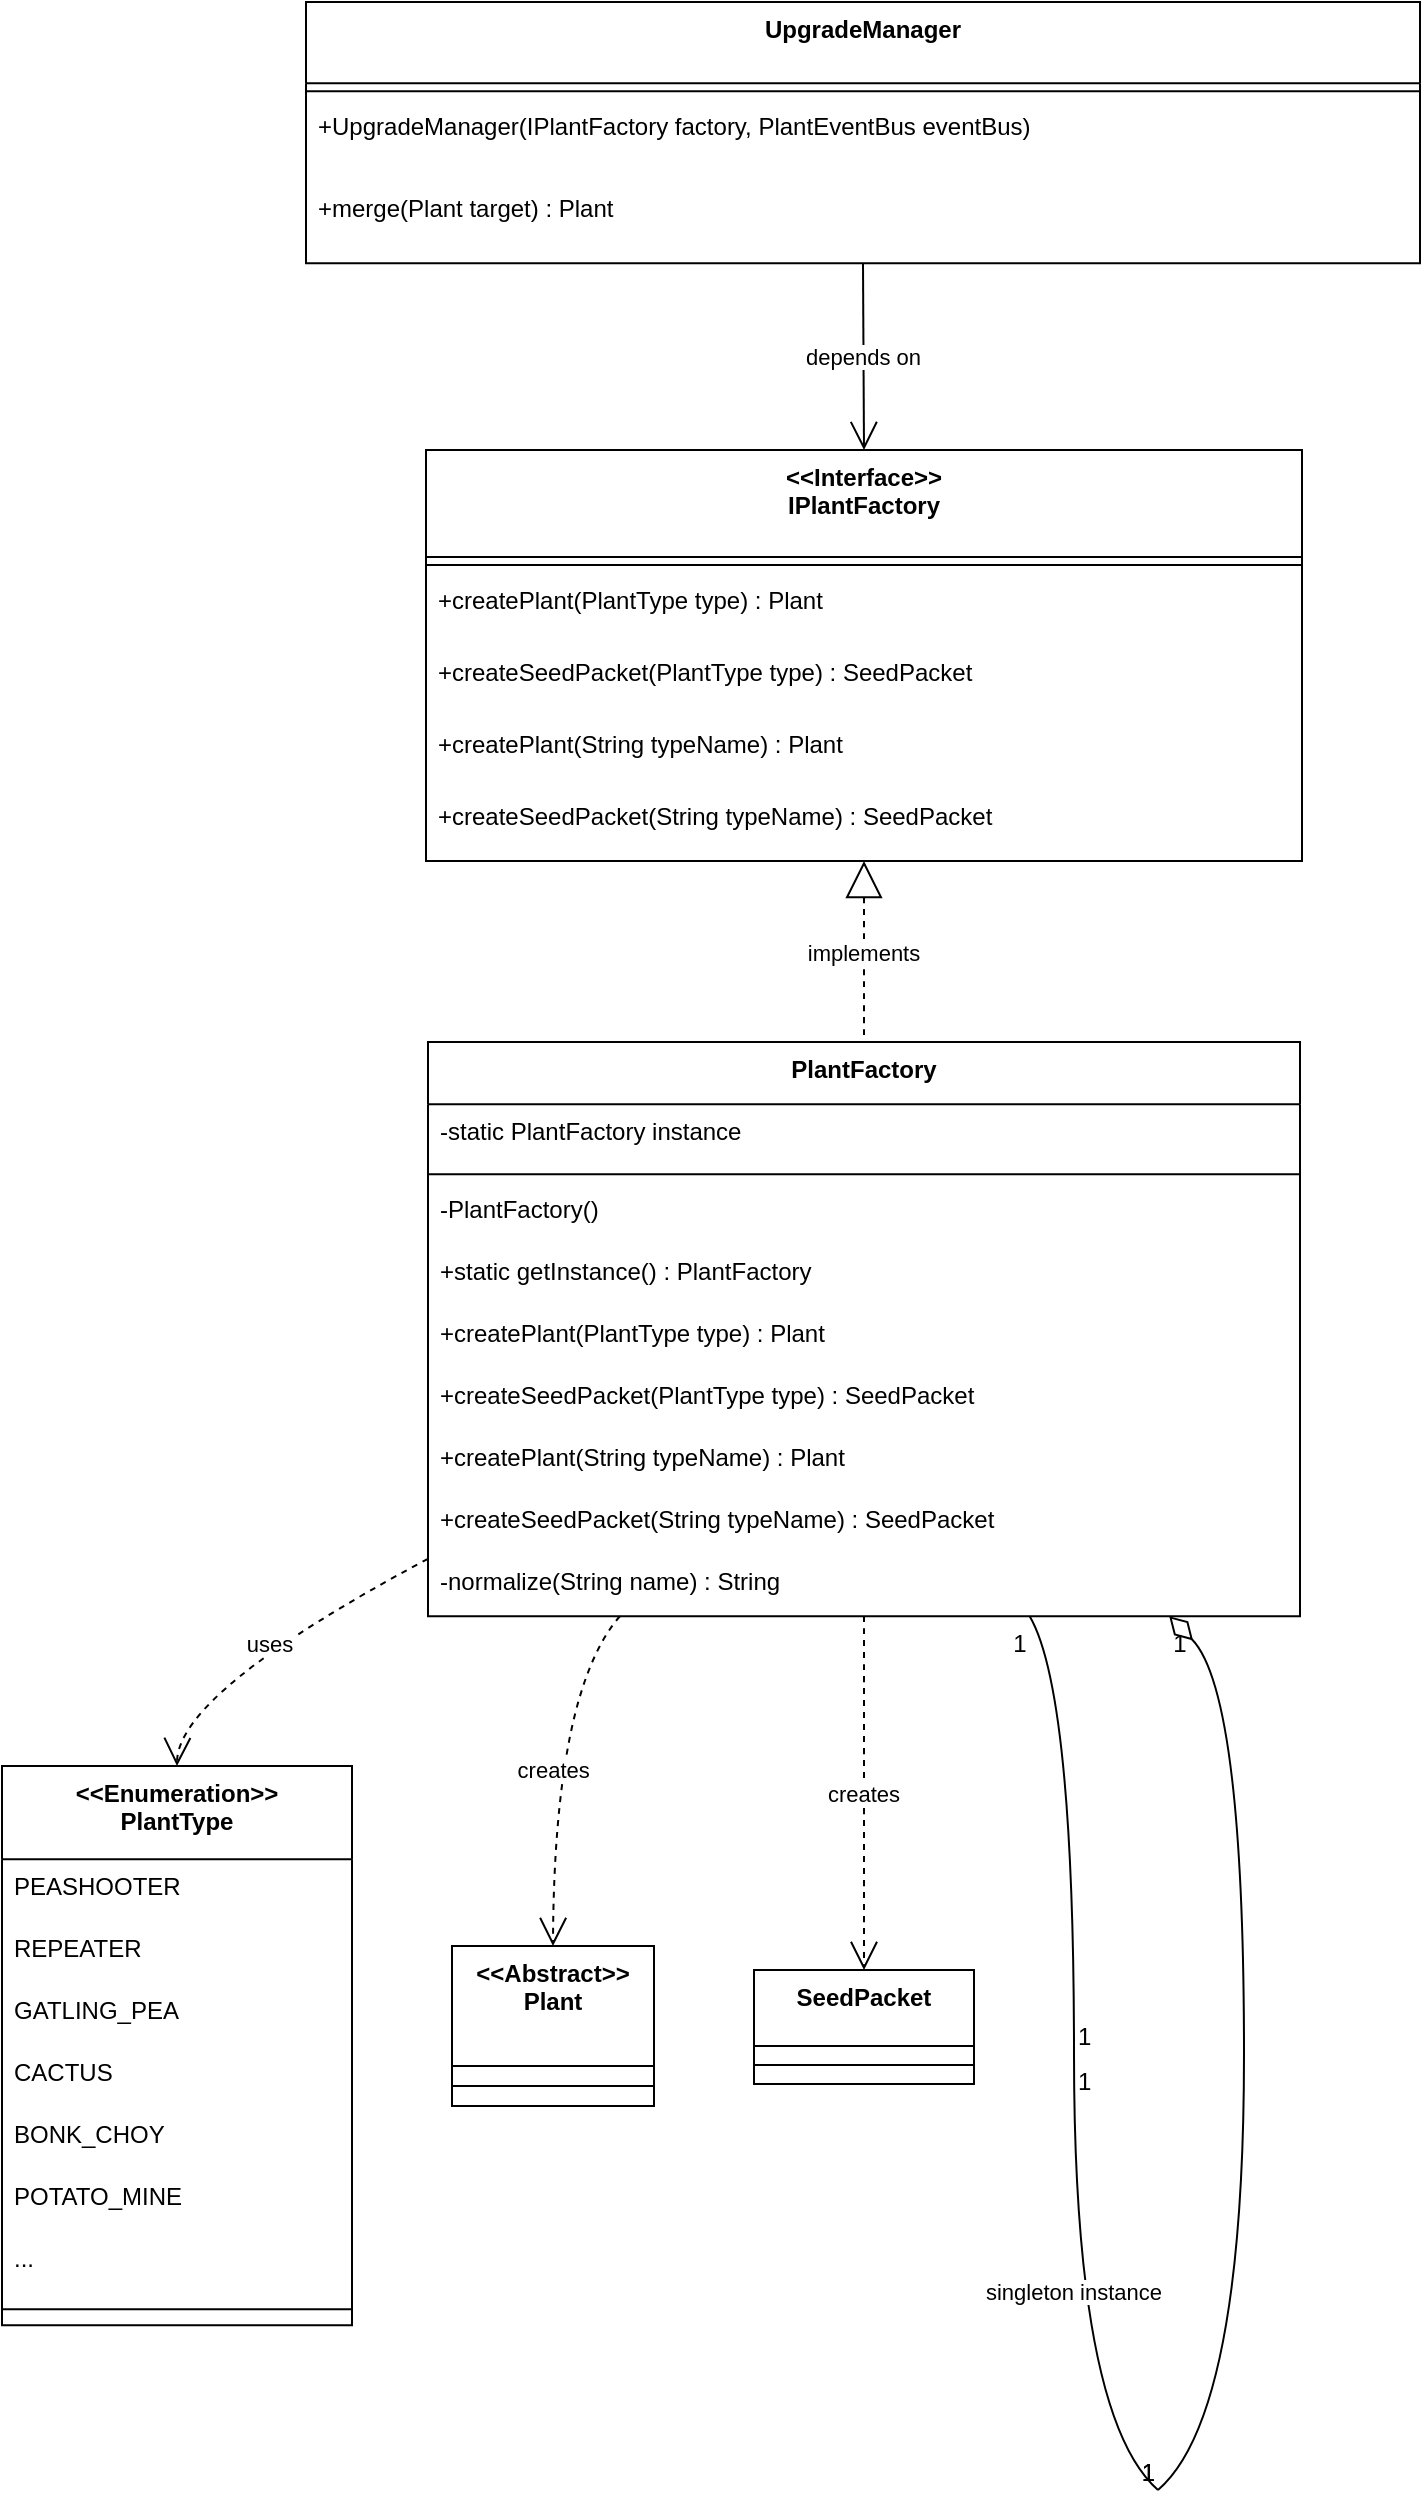
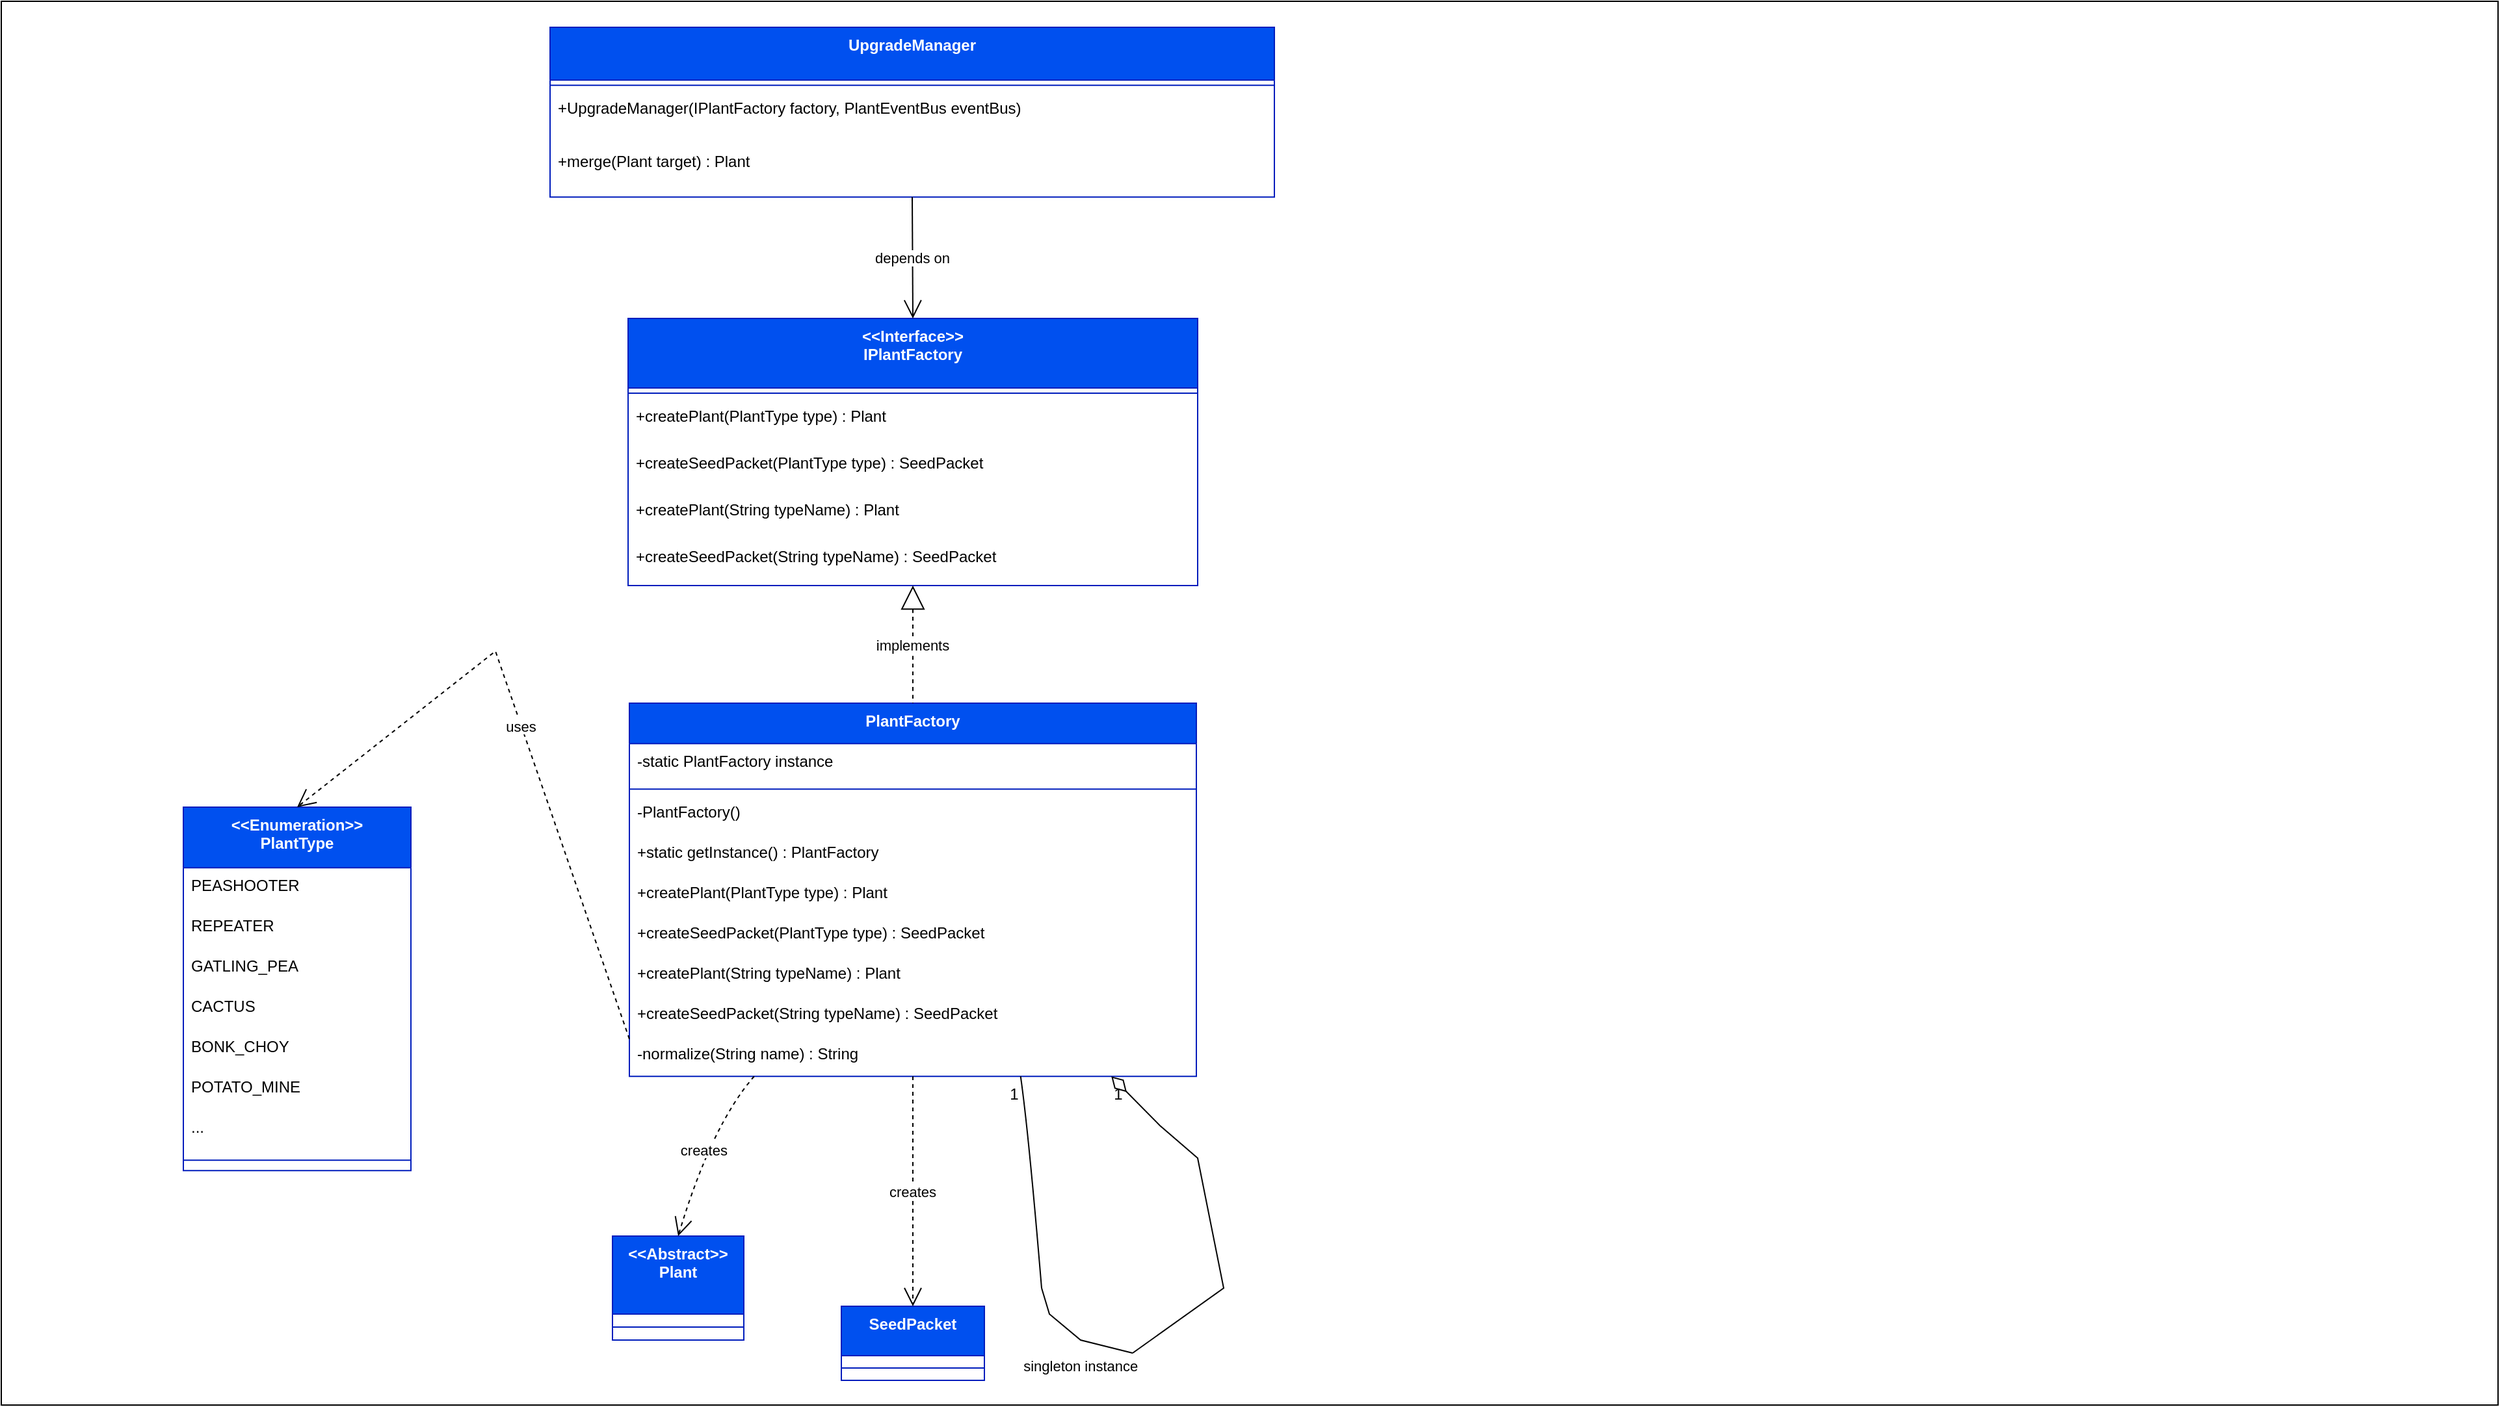
<mxfile host="Electron" agent="Mozilla/5.0 (Windows NT 10.0; Win64; x64) AppleWebKit/537.36 (KHTML, like Gecko) draw.io/29.0.3 Chrome/140.0.7339.249 Electron/38.7.0 Safari/537.36" version="29.0.3">
  <diagram name="Page-1" id="QdD6okcyVvDK0g7KV-WG">
-     <mxGraphModel dx="1489" dy="894" grid="1" gridSize="10" guides="1" tooltips="1" connect="1" arrows="1" fold="1" page="1" pageScale="1" pageWidth="4681" pageHeight="3300" math="0" shadow="0">
+     <mxGraphModel dx="2977" dy="1789" grid="1" gridSize="10" guides="1" tooltips="1" connect="1" arrows="1" fold="1" page="1" pageScale="1" pageWidth="1920" pageHeight="1080" math="0" shadow="0">
      <root>
        <mxCell id="0" />
        <mxCell id="1" parent="0" />
-         <mxCell id="7zSDGvP8X8VHqanYGGVI-2" value="&lt;&lt;Interface&gt;&gt;&#xa;IPlantFactory" style="swimlane;fontStyle=1;align=center;verticalAlign=top;childLayout=stackLayout;horizontal=1;startSize=53.5;horizontalStack=0;resizeParent=1;resizeParentMax=0;resizeLast=0;collapsible=0;marginBottom=0;" vertex="1" parent="1">
-           <mxGeometry x="622" y="414" width="438" height="205.5" as="geometry" />
+         <mxCell id="nGWCyTgYbevATLFFKUhh-2" value="" style="rounded=0;whiteSpace=wrap;html=1;" vertex="1" parent="1">
+           <mxGeometry width="1920" height="1080" as="geometry" />
        </mxCell>
-         <mxCell id="7zSDGvP8X8VHqanYGGVI-3" style="line;strokeWidth=1;fillColor=none;align=left;verticalAlign=middle;spacingTop=-1;spacingLeft=3;spacingRight=3;rotatable=0;labelPosition=right;points=[];portConstraint=eastwest;strokeColor=inherit;" vertex="1" parent="7zSDGvP8X8VHqanYGGVI-2">
+         <mxCell id="7zSDGvP8X8VHqanYGGVI-2" value="&lt;&lt;Interface&gt;&gt;&#xa;IPlantFactory" style="swimlane;fontStyle=1;align=center;verticalAlign=top;childLayout=stackLayout;horizontal=1;startSize=53.5;horizontalStack=0;resizeParent=1;resizeParentMax=0;resizeLast=0;collapsible=0;marginBottom=0;fillColor=#0050ef;fontColor=#ffffff;strokeColor=#001DBC;" parent="1" vertex="1">
+           <mxGeometry x="482" y="244" width="438" height="205.5" as="geometry" />
+         </mxCell>
+         <mxCell id="7zSDGvP8X8VHqanYGGVI-3" style="line;strokeWidth=1;fillColor=none;align=left;verticalAlign=middle;spacingTop=-1;spacingLeft=3;spacingRight=3;rotatable=0;labelPosition=right;points=[];portConstraint=eastwest;strokeColor=inherit;" parent="7zSDGvP8X8VHqanYGGVI-2" vertex="1">
          <mxGeometry y="53.5" width="438" height="8" as="geometry" />
        </mxCell>
-         <mxCell id="7zSDGvP8X8VHqanYGGVI-4" value="+createPlant(PlantType type) : Plant" style="text;strokeColor=none;fillColor=none;align=left;verticalAlign=top;spacingLeft=4;spacingRight=4;overflow=hidden;rotatable=0;points=[[0,0.5],[1,0.5]];portConstraint=eastwest;" vertex="1" parent="7zSDGvP8X8VHqanYGGVI-2">
+         <mxCell id="7zSDGvP8X8VHqanYGGVI-4" value="+createPlant(PlantType type) : Plant" style="text;strokeColor=none;fillColor=none;align=left;verticalAlign=top;spacingLeft=4;spacingRight=4;overflow=hidden;rotatable=0;points=[[0,0.5],[1,0.5]];portConstraint=eastwest;" parent="7zSDGvP8X8VHqanYGGVI-2" vertex="1">
          <mxGeometry y="61.5" width="438" height="36" as="geometry" />
        </mxCell>
-         <mxCell id="7zSDGvP8X8VHqanYGGVI-5" value="+createSeedPacket(PlantType type) : SeedPacket" style="text;strokeColor=none;fillColor=none;align=left;verticalAlign=top;spacingLeft=4;spacingRight=4;overflow=hidden;rotatable=0;points=[[0,0.5],[1,0.5]];portConstraint=eastwest;" vertex="1" parent="7zSDGvP8X8VHqanYGGVI-2">
+         <mxCell id="7zSDGvP8X8VHqanYGGVI-5" value="+createSeedPacket(PlantType type) : SeedPacket" style="text;strokeColor=none;fillColor=none;align=left;verticalAlign=top;spacingLeft=4;spacingRight=4;overflow=hidden;rotatable=0;points=[[0,0.5],[1,0.5]];portConstraint=eastwest;" parent="7zSDGvP8X8VHqanYGGVI-2" vertex="1">
          <mxGeometry y="97.5" width="438" height="36" as="geometry" />
        </mxCell>
-         <mxCell id="7zSDGvP8X8VHqanYGGVI-6" value="+createPlant(String typeName) : Plant" style="text;strokeColor=none;fillColor=none;align=left;verticalAlign=top;spacingLeft=4;spacingRight=4;overflow=hidden;rotatable=0;points=[[0,0.5],[1,0.5]];portConstraint=eastwest;" vertex="1" parent="7zSDGvP8X8VHqanYGGVI-2">
+         <mxCell id="7zSDGvP8X8VHqanYGGVI-6" value="+createPlant(String typeName) : Plant" style="text;strokeColor=none;fillColor=none;align=left;verticalAlign=top;spacingLeft=4;spacingRight=4;overflow=hidden;rotatable=0;points=[[0,0.5],[1,0.5]];portConstraint=eastwest;" parent="7zSDGvP8X8VHqanYGGVI-2" vertex="1">
          <mxGeometry y="133.5" width="438" height="36" as="geometry" />
        </mxCell>
-         <mxCell id="7zSDGvP8X8VHqanYGGVI-7" value="+createSeedPacket(String typeName) : SeedPacket" style="text;strokeColor=none;fillColor=none;align=left;verticalAlign=top;spacingLeft=4;spacingRight=4;overflow=hidden;rotatable=0;points=[[0,0.5],[1,0.5]];portConstraint=eastwest;" vertex="1" parent="7zSDGvP8X8VHqanYGGVI-2">
+         <mxCell id="7zSDGvP8X8VHqanYGGVI-7" value="+createSeedPacket(String typeName) : SeedPacket" style="text;strokeColor=none;fillColor=none;align=left;verticalAlign=top;spacingLeft=4;spacingRight=4;overflow=hidden;rotatable=0;points=[[0,0.5],[1,0.5]];portConstraint=eastwest;" parent="7zSDGvP8X8VHqanYGGVI-2" vertex="1">
          <mxGeometry y="169.5" width="438" height="36" as="geometry" />
        </mxCell>
-         <mxCell id="7zSDGvP8X8VHqanYGGVI-8" value="PlantFactory" style="swimlane;fontStyle=1;align=center;verticalAlign=top;childLayout=stackLayout;horizontal=1;startSize=31.11111111111111;horizontalStack=0;resizeParent=1;resizeParentMax=0;resizeLast=0;collapsible=0;marginBottom=0;" vertex="1" parent="1">
-           <mxGeometry x="623" y="710" width="436" height="287.1111111111111" as="geometry" />
+         <mxCell id="7zSDGvP8X8VHqanYGGVI-8" value="PlantFactory" style="swimlane;fontStyle=1;align=center;verticalAlign=top;childLayout=stackLayout;horizontal=1;startSize=31.11111111111111;horizontalStack=0;resizeParent=1;resizeParentMax=0;resizeLast=0;collapsible=0;marginBottom=0;fillColor=#0050ef;fontColor=#ffffff;strokeColor=#001DBC;" parent="1" vertex="1">
+           <mxGeometry x="483" y="540" width="436" height="287.1111111111111" as="geometry" />
        </mxCell>
-         <mxCell id="7zSDGvP8X8VHqanYGGVI-9" value="-static PlantFactory instance" style="text;strokeColor=none;fillColor=none;align=left;verticalAlign=top;spacingLeft=4;spacingRight=4;overflow=hidden;rotatable=0;points=[[0,0.5],[1,0.5]];portConstraint=eastwest;" vertex="1" parent="7zSDGvP8X8VHqanYGGVI-8">
+         <mxCell id="7zSDGvP8X8VHqanYGGVI-9" value="-static PlantFactory instance" style="text;strokeColor=none;fillColor=none;align=left;verticalAlign=top;spacingLeft=4;spacingRight=4;overflow=hidden;rotatable=0;points=[[0,0.5],[1,0.5]];portConstraint=eastwest;" parent="7zSDGvP8X8VHqanYGGVI-8" vertex="1">
          <mxGeometry y="31.11111111111111" width="436" height="31" as="geometry" />
        </mxCell>
-         <mxCell id="7zSDGvP8X8VHqanYGGVI-10" style="line;strokeWidth=1;fillColor=none;align=left;verticalAlign=middle;spacingTop=-1;spacingLeft=3;spacingRight=3;rotatable=0;labelPosition=right;points=[];portConstraint=eastwest;strokeColor=inherit;" vertex="1" parent="7zSDGvP8X8VHqanYGGVI-8">
+         <mxCell id="7zSDGvP8X8VHqanYGGVI-10" style="line;strokeWidth=1;fillColor=none;align=left;verticalAlign=middle;spacingTop=-1;spacingLeft=3;spacingRight=3;rotatable=0;labelPosition=right;points=[];portConstraint=eastwest;strokeColor=inherit;" parent="7zSDGvP8X8VHqanYGGVI-8" vertex="1">
          <mxGeometry y="62.111111111111114" width="436" height="8" as="geometry" />
        </mxCell>
-         <mxCell id="7zSDGvP8X8VHqanYGGVI-11" value="-PlantFactory()" style="text;strokeColor=none;fillColor=none;align=left;verticalAlign=top;spacingLeft=4;spacingRight=4;overflow=hidden;rotatable=0;points=[[0,0.5],[1,0.5]];portConstraint=eastwest;" vertex="1" parent="7zSDGvP8X8VHqanYGGVI-8">
+         <mxCell id="7zSDGvP8X8VHqanYGGVI-11" value="-PlantFactory()" style="text;strokeColor=none;fillColor=none;align=left;verticalAlign=top;spacingLeft=4;spacingRight=4;overflow=hidden;rotatable=0;points=[[0,0.5],[1,0.5]];portConstraint=eastwest;" parent="7zSDGvP8X8VHqanYGGVI-8" vertex="1">
          <mxGeometry y="70.11111111111111" width="436" height="31" as="geometry" />
        </mxCell>
-         <mxCell id="7zSDGvP8X8VHqanYGGVI-12" value="+static getInstance() : PlantFactory" style="text;strokeColor=none;fillColor=none;align=left;verticalAlign=top;spacingLeft=4;spacingRight=4;overflow=hidden;rotatable=0;points=[[0,0.5],[1,0.5]];portConstraint=eastwest;" vertex="1" parent="7zSDGvP8X8VHqanYGGVI-8">
+         <mxCell id="7zSDGvP8X8VHqanYGGVI-12" value="+static getInstance() : PlantFactory" style="text;strokeColor=none;fillColor=none;align=left;verticalAlign=top;spacingLeft=4;spacingRight=4;overflow=hidden;rotatable=0;points=[[0,0.5],[1,0.5]];portConstraint=eastwest;" parent="7zSDGvP8X8VHqanYGGVI-8" vertex="1">
          <mxGeometry y="101.11111111111111" width="436" height="31" as="geometry" />
        </mxCell>
-         <mxCell id="7zSDGvP8X8VHqanYGGVI-13" value="+createPlant(PlantType type) : Plant" style="text;strokeColor=none;fillColor=none;align=left;verticalAlign=top;spacingLeft=4;spacingRight=4;overflow=hidden;rotatable=0;points=[[0,0.5],[1,0.5]];portConstraint=eastwest;" vertex="1" parent="7zSDGvP8X8VHqanYGGVI-8">
+         <mxCell id="7zSDGvP8X8VHqanYGGVI-13" value="+createPlant(PlantType type) : Plant" style="text;strokeColor=none;fillColor=none;align=left;verticalAlign=top;spacingLeft=4;spacingRight=4;overflow=hidden;rotatable=0;points=[[0,0.5],[1,0.5]];portConstraint=eastwest;" parent="7zSDGvP8X8VHqanYGGVI-8" vertex="1">
          <mxGeometry y="132.11111111111111" width="436" height="31" as="geometry" />
        </mxCell>
-         <mxCell id="7zSDGvP8X8VHqanYGGVI-14" value="+createSeedPacket(PlantType type) : SeedPacket" style="text;strokeColor=none;fillColor=none;align=left;verticalAlign=top;spacingLeft=4;spacingRight=4;overflow=hidden;rotatable=0;points=[[0,0.5],[1,0.5]];portConstraint=eastwest;" vertex="1" parent="7zSDGvP8X8VHqanYGGVI-8">
+         <mxCell id="7zSDGvP8X8VHqanYGGVI-14" value="+createSeedPacket(PlantType type) : SeedPacket" style="text;strokeColor=none;fillColor=none;align=left;verticalAlign=top;spacingLeft=4;spacingRight=4;overflow=hidden;rotatable=0;points=[[0,0.5],[1,0.5]];portConstraint=eastwest;" parent="7zSDGvP8X8VHqanYGGVI-8" vertex="1">
          <mxGeometry y="163.11111111111111" width="436" height="31" as="geometry" />
        </mxCell>
-         <mxCell id="7zSDGvP8X8VHqanYGGVI-15" value="+createPlant(String typeName) : Plant" style="text;strokeColor=none;fillColor=none;align=left;verticalAlign=top;spacingLeft=4;spacingRight=4;overflow=hidden;rotatable=0;points=[[0,0.5],[1,0.5]];portConstraint=eastwest;" vertex="1" parent="7zSDGvP8X8VHqanYGGVI-8">
+         <mxCell id="7zSDGvP8X8VHqanYGGVI-15" value="+createPlant(String typeName) : Plant" style="text;strokeColor=none;fillColor=none;align=left;verticalAlign=top;spacingLeft=4;spacingRight=4;overflow=hidden;rotatable=0;points=[[0,0.5],[1,0.5]];portConstraint=eastwest;" parent="7zSDGvP8X8VHqanYGGVI-8" vertex="1">
          <mxGeometry y="194.11111111111111" width="436" height="31" as="geometry" />
        </mxCell>
-         <mxCell id="7zSDGvP8X8VHqanYGGVI-16" value="+createSeedPacket(String typeName) : SeedPacket" style="text;strokeColor=none;fillColor=none;align=left;verticalAlign=top;spacingLeft=4;spacingRight=4;overflow=hidden;rotatable=0;points=[[0,0.5],[1,0.5]];portConstraint=eastwest;" vertex="1" parent="7zSDGvP8X8VHqanYGGVI-8">
+         <mxCell id="7zSDGvP8X8VHqanYGGVI-16" value="+createSeedPacket(String typeName) : SeedPacket" style="text;strokeColor=none;fillColor=none;align=left;verticalAlign=top;spacingLeft=4;spacingRight=4;overflow=hidden;rotatable=0;points=[[0,0.5],[1,0.5]];portConstraint=eastwest;" parent="7zSDGvP8X8VHqanYGGVI-8" vertex="1">
          <mxGeometry y="225.11111111111111" width="436" height="31" as="geometry" />
        </mxCell>
-         <mxCell id="7zSDGvP8X8VHqanYGGVI-17" value="-normalize(String name) : String" style="text;strokeColor=none;fillColor=none;align=left;verticalAlign=top;spacingLeft=4;spacingRight=4;overflow=hidden;rotatable=0;points=[[0,0.5],[1,0.5]];portConstraint=eastwest;" vertex="1" parent="7zSDGvP8X8VHqanYGGVI-8">
+         <mxCell id="7zSDGvP8X8VHqanYGGVI-17" value="-normalize(String name) : String" style="text;strokeColor=none;fillColor=none;align=left;verticalAlign=top;spacingLeft=4;spacingRight=4;overflow=hidden;rotatable=0;points=[[0,0.5],[1,0.5]];portConstraint=eastwest;" parent="7zSDGvP8X8VHqanYGGVI-8" vertex="1">
          <mxGeometry y="256.1111111111111" width="436" height="31" as="geometry" />
        </mxCell>
-         <mxCell id="7zSDGvP8X8VHqanYGGVI-18" value="&lt;&lt;Enumeration&gt;&gt;&#xa;PlantType" style="swimlane;fontStyle=1;align=center;verticalAlign=top;childLayout=stackLayout;horizontal=1;startSize=46.666666666666664;horizontalStack=0;resizeParent=1;resizeParentMax=0;resizeLast=0;collapsible=0;marginBottom=0;" vertex="1" parent="1">
-           <mxGeometry x="410" y="1072" width="175" height="279.66666666666663" as="geometry" />
+         <mxCell id="7zSDGvP8X8VHqanYGGVI-18" value="&lt;&lt;Enumeration&gt;&gt;&#xa;PlantType" style="swimlane;fontStyle=1;align=center;verticalAlign=top;childLayout=stackLayout;horizontal=1;startSize=46.666666666666664;horizontalStack=0;resizeParent=1;resizeParentMax=0;resizeLast=0;collapsible=0;marginBottom=0;fillColor=#0050ef;fontColor=#ffffff;strokeColor=#001DBC;" parent="1" vertex="1">
+           <mxGeometry x="140" y="620" width="175" height="279.66666666666663" as="geometry" />
        </mxCell>
-         <mxCell id="7zSDGvP8X8VHqanYGGVI-19" value="PEASHOOTER" style="text;strokeColor=none;fillColor=none;align=left;verticalAlign=top;spacingLeft=4;spacingRight=4;overflow=hidden;rotatable=0;points=[[0,0.5],[1,0.5]];portConstraint=eastwest;" vertex="1" parent="7zSDGvP8X8VHqanYGGVI-18">
+         <mxCell id="7zSDGvP8X8VHqanYGGVI-19" value="PEASHOOTER" style="text;strokeColor=none;fillColor=none;align=left;verticalAlign=top;spacingLeft=4;spacingRight=4;overflow=hidden;rotatable=0;points=[[0,0.5],[1,0.5]];portConstraint=eastwest;" parent="7zSDGvP8X8VHqanYGGVI-18" vertex="1">
          <mxGeometry y="46.666666666666664" width="175" height="31" as="geometry" />
        </mxCell>
-         <mxCell id="7zSDGvP8X8VHqanYGGVI-20" value="REPEATER" style="text;strokeColor=none;fillColor=none;align=left;verticalAlign=top;spacingLeft=4;spacingRight=4;overflow=hidden;rotatable=0;points=[[0,0.5],[1,0.5]];portConstraint=eastwest;" vertex="1" parent="7zSDGvP8X8VHqanYGGVI-18">
+         <mxCell id="7zSDGvP8X8VHqanYGGVI-20" value="REPEATER" style="text;strokeColor=none;fillColor=none;align=left;verticalAlign=top;spacingLeft=4;spacingRight=4;overflow=hidden;rotatable=0;points=[[0,0.5],[1,0.5]];portConstraint=eastwest;" parent="7zSDGvP8X8VHqanYGGVI-18" vertex="1">
          <mxGeometry y="77.66666666666666" width="175" height="31" as="geometry" />
        </mxCell>
-         <mxCell id="7zSDGvP8X8VHqanYGGVI-21" value="GATLING_PEA" style="text;strokeColor=none;fillColor=none;align=left;verticalAlign=top;spacingLeft=4;spacingRight=4;overflow=hidden;rotatable=0;points=[[0,0.5],[1,0.5]];portConstraint=eastwest;" vertex="1" parent="7zSDGvP8X8VHqanYGGVI-18">
+         <mxCell id="7zSDGvP8X8VHqanYGGVI-21" value="GATLING_PEA" style="text;strokeColor=none;fillColor=none;align=left;verticalAlign=top;spacingLeft=4;spacingRight=4;overflow=hidden;rotatable=0;points=[[0,0.5],[1,0.5]];portConstraint=eastwest;" parent="7zSDGvP8X8VHqanYGGVI-18" vertex="1">
          <mxGeometry y="108.66666666666666" width="175" height="31" as="geometry" />
        </mxCell>
-         <mxCell id="7zSDGvP8X8VHqanYGGVI-22" value="CACTUS" style="text;strokeColor=none;fillColor=none;align=left;verticalAlign=top;spacingLeft=4;spacingRight=4;overflow=hidden;rotatable=0;points=[[0,0.5],[1,0.5]];portConstraint=eastwest;" vertex="1" parent="7zSDGvP8X8VHqanYGGVI-18">
+         <mxCell id="7zSDGvP8X8VHqanYGGVI-22" value="CACTUS" style="text;strokeColor=none;fillColor=none;align=left;verticalAlign=top;spacingLeft=4;spacingRight=4;overflow=hidden;rotatable=0;points=[[0,0.5],[1,0.5]];portConstraint=eastwest;" parent="7zSDGvP8X8VHqanYGGVI-18" vertex="1">
          <mxGeometry y="139.66666666666666" width="175" height="31" as="geometry" />
        </mxCell>
-         <mxCell id="7zSDGvP8X8VHqanYGGVI-23" value="BONK_CHOY" style="text;strokeColor=none;fillColor=none;align=left;verticalAlign=top;spacingLeft=4;spacingRight=4;overflow=hidden;rotatable=0;points=[[0,0.5],[1,0.5]];portConstraint=eastwest;" vertex="1" parent="7zSDGvP8X8VHqanYGGVI-18">
+         <mxCell id="7zSDGvP8X8VHqanYGGVI-23" value="BONK_CHOY" style="text;strokeColor=none;fillColor=none;align=left;verticalAlign=top;spacingLeft=4;spacingRight=4;overflow=hidden;rotatable=0;points=[[0,0.5],[1,0.5]];portConstraint=eastwest;" parent="7zSDGvP8X8VHqanYGGVI-18" vertex="1">
          <mxGeometry y="170.66666666666666" width="175" height="31" as="geometry" />
        </mxCell>
-         <mxCell id="7zSDGvP8X8VHqanYGGVI-24" value="POTATO_MINE" style="text;strokeColor=none;fillColor=none;align=left;verticalAlign=top;spacingLeft=4;spacingRight=4;overflow=hidden;rotatable=0;points=[[0,0.5],[1,0.5]];portConstraint=eastwest;" vertex="1" parent="7zSDGvP8X8VHqanYGGVI-18">
+         <mxCell id="7zSDGvP8X8VHqanYGGVI-24" value="POTATO_MINE" style="text;strokeColor=none;fillColor=none;align=left;verticalAlign=top;spacingLeft=4;spacingRight=4;overflow=hidden;rotatable=0;points=[[0,0.5],[1,0.5]];portConstraint=eastwest;" parent="7zSDGvP8X8VHqanYGGVI-18" vertex="1">
          <mxGeometry y="201.66666666666666" width="175" height="31" as="geometry" />
        </mxCell>
-         <mxCell id="7zSDGvP8X8VHqanYGGVI-25" value="..." style="text;strokeColor=none;fillColor=none;align=left;verticalAlign=top;spacingLeft=4;spacingRight=4;overflow=hidden;rotatable=0;points=[[0,0.5],[1,0.5]];portConstraint=eastwest;" vertex="1" parent="7zSDGvP8X8VHqanYGGVI-18">
+         <mxCell id="7zSDGvP8X8VHqanYGGVI-25" value="..." style="text;strokeColor=none;fillColor=none;align=left;verticalAlign=top;spacingLeft=4;spacingRight=4;overflow=hidden;rotatable=0;points=[[0,0.5],[1,0.5]];portConstraint=eastwest;" parent="7zSDGvP8X8VHqanYGGVI-18" vertex="1">
          <mxGeometry y="232.66666666666666" width="175" height="31" as="geometry" />
        </mxCell>
-         <mxCell id="7zSDGvP8X8VHqanYGGVI-26" style="line;strokeWidth=1;fillColor=none;align=left;verticalAlign=middle;spacingTop=-1;spacingLeft=3;spacingRight=3;rotatable=0;labelPosition=right;points=[];portConstraint=eastwest;strokeColor=inherit;" vertex="1" parent="7zSDGvP8X8VHqanYGGVI-18">
+         <mxCell id="7zSDGvP8X8VHqanYGGVI-26" style="line;strokeWidth=1;fillColor=none;align=left;verticalAlign=middle;spacingTop=-1;spacingLeft=3;spacingRight=3;rotatable=0;labelPosition=right;points=[];portConstraint=eastwest;strokeColor=inherit;" parent="7zSDGvP8X8VHqanYGGVI-18" vertex="1">
          <mxGeometry y="263.66666666666663" width="175" height="16" as="geometry" />
        </mxCell>
-         <mxCell id="7zSDGvP8X8VHqanYGGVI-27" value="&lt;&lt;Abstract&gt;&gt;&#xa;Plant" style="swimlane;fontStyle=1;align=center;verticalAlign=top;childLayout=stackLayout;horizontal=1;startSize=60;horizontalStack=0;resizeParent=1;resizeParentMax=0;resizeLast=0;collapsible=0;marginBottom=0;" vertex="1" parent="1">
-           <mxGeometry x="635" y="1162" width="101" height="80" as="geometry" />
+         <mxCell id="7zSDGvP8X8VHqanYGGVI-27" value="&lt;&lt;Abstract&gt;&gt;&#xa;Plant" style="swimlane;fontStyle=1;align=center;verticalAlign=top;childLayout=stackLayout;horizontal=1;startSize=60;horizontalStack=0;resizeParent=1;resizeParentMax=0;resizeLast=0;collapsible=0;marginBottom=0;fillColor=#0050ef;fontColor=#ffffff;strokeColor=#001DBC;" parent="1" vertex="1">
+           <mxGeometry x="470" y="950" width="101" height="80" as="geometry" />
        </mxCell>
-         <mxCell id="7zSDGvP8X8VHqanYGGVI-28" style="line;strokeWidth=1;fillColor=none;align=left;verticalAlign=middle;spacingTop=-1;spacingLeft=3;spacingRight=3;rotatable=0;labelPosition=right;points=[];portConstraint=eastwest;strokeColor=inherit;" vertex="1" parent="7zSDGvP8X8VHqanYGGVI-27">
+         <mxCell id="7zSDGvP8X8VHqanYGGVI-28" style="line;strokeWidth=1;fillColor=none;align=left;verticalAlign=middle;spacingTop=-1;spacingLeft=3;spacingRight=3;rotatable=0;labelPosition=right;points=[];portConstraint=eastwest;strokeColor=inherit;" parent="7zSDGvP8X8VHqanYGGVI-27" vertex="1">
          <mxGeometry y="60" width="101" height="20" as="geometry" />
        </mxCell>
-         <mxCell id="7zSDGvP8X8VHqanYGGVI-29" value="SeedPacket" style="swimlane;fontStyle=1;align=center;verticalAlign=top;childLayout=stackLayout;horizontal=1;startSize=38;horizontalStack=0;resizeParent=1;resizeParentMax=0;resizeLast=0;collapsible=0;marginBottom=0;" vertex="1" parent="1">
-           <mxGeometry x="786" y="1174" width="110" height="57" as="geometry" />
+         <mxCell id="7zSDGvP8X8VHqanYGGVI-29" value="SeedPacket" style="swimlane;fontStyle=1;align=center;verticalAlign=top;childLayout=stackLayout;horizontal=1;startSize=38;horizontalStack=0;resizeParent=1;resizeParentMax=0;resizeLast=0;collapsible=0;marginBottom=0;fillColor=#0050ef;fontColor=#ffffff;strokeColor=#001DBC;" parent="1" vertex="1">
+           <mxGeometry x="646" y="1004" width="110" height="57" as="geometry" />
        </mxCell>
-         <mxCell id="7zSDGvP8X8VHqanYGGVI-30" style="line;strokeWidth=1;fillColor=none;align=left;verticalAlign=middle;spacingTop=-1;spacingLeft=3;spacingRight=3;rotatable=0;labelPosition=right;points=[];portConstraint=eastwest;strokeColor=inherit;" vertex="1" parent="7zSDGvP8X8VHqanYGGVI-29">
+         <mxCell id="7zSDGvP8X8VHqanYGGVI-30" style="line;strokeWidth=1;fillColor=none;align=left;verticalAlign=middle;spacingTop=-1;spacingLeft=3;spacingRight=3;rotatable=0;labelPosition=right;points=[];portConstraint=eastwest;strokeColor=inherit;" parent="7zSDGvP8X8VHqanYGGVI-29" vertex="1">
          <mxGeometry y="38" width="110" height="19" as="geometry" />
        </mxCell>
-         <mxCell id="7zSDGvP8X8VHqanYGGVI-31" value="UpgradeManager" style="swimlane;fontStyle=1;align=center;verticalAlign=top;childLayout=stackLayout;horizontal=1;startSize=40.57142857142857;horizontalStack=0;resizeParent=1;resizeParentMax=0;resizeLast=0;collapsible=0;marginBottom=0;" vertex="1" parent="1">
-           <mxGeometry x="562" y="190" width="557" height="130.57142857142856" as="geometry" />
+         <mxCell id="7zSDGvP8X8VHqanYGGVI-31" value="UpgradeManager" style="swimlane;fontStyle=1;align=center;verticalAlign=top;childLayout=stackLayout;horizontal=1;startSize=40.57142857142857;horizontalStack=0;resizeParent=1;resizeParentMax=0;resizeLast=0;collapsible=0;marginBottom=0;fillColor=#0050ef;fontColor=#ffffff;strokeColor=#001DBC;" parent="1" vertex="1">
+           <mxGeometry x="422" y="20" width="557" height="130.57142857142856" as="geometry" />
        </mxCell>
-         <mxCell id="7zSDGvP8X8VHqanYGGVI-32" style="line;strokeWidth=1;fillColor=none;align=left;verticalAlign=middle;spacingTop=-1;spacingLeft=3;spacingRight=3;rotatable=0;labelPosition=right;points=[];portConstraint=eastwest;strokeColor=inherit;" vertex="1" parent="7zSDGvP8X8VHqanYGGVI-31">
+         <mxCell id="7zSDGvP8X8VHqanYGGVI-32" style="line;strokeWidth=1;fillColor=none;align=left;verticalAlign=middle;spacingTop=-1;spacingLeft=3;spacingRight=3;rotatable=0;labelPosition=right;points=[];portConstraint=eastwest;strokeColor=inherit;" parent="7zSDGvP8X8VHqanYGGVI-31" vertex="1">
          <mxGeometry y="40.57142857142857" width="557" height="8" as="geometry" />
        </mxCell>
-         <mxCell id="7zSDGvP8X8VHqanYGGVI-33" value="+UpgradeManager(IPlantFactory factory, PlantEventBus eventBus)" style="text;strokeColor=none;fillColor=none;align=left;verticalAlign=top;spacingLeft=4;spacingRight=4;overflow=hidden;rotatable=0;points=[[0,0.5],[1,0.5]];portConstraint=eastwest;" vertex="1" parent="7zSDGvP8X8VHqanYGGVI-31">
+         <mxCell id="7zSDGvP8X8VHqanYGGVI-33" value="+UpgradeManager(IPlantFactory factory, PlantEventBus eventBus)" style="text;strokeColor=none;fillColor=none;align=left;verticalAlign=top;spacingLeft=4;spacingRight=4;overflow=hidden;rotatable=0;points=[[0,0.5],[1,0.5]];portConstraint=eastwest;" parent="7zSDGvP8X8VHqanYGGVI-31" vertex="1">
          <mxGeometry y="48.57142857142857" width="557" height="41" as="geometry" />
        </mxCell>
-         <mxCell id="7zSDGvP8X8VHqanYGGVI-34" value="+merge(Plant target) : Plant" style="text;strokeColor=none;fillColor=none;align=left;verticalAlign=top;spacingLeft=4;spacingRight=4;overflow=hidden;rotatable=0;points=[[0,0.5],[1,0.5]];portConstraint=eastwest;" vertex="1" parent="7zSDGvP8X8VHqanYGGVI-31">
+         <mxCell id="7zSDGvP8X8VHqanYGGVI-34" value="+merge(Plant target) : Plant" style="text;strokeColor=none;fillColor=none;align=left;verticalAlign=top;spacingLeft=4;spacingRight=4;overflow=hidden;rotatable=0;points=[[0,0.5],[1,0.5]];portConstraint=eastwest;" parent="7zSDGvP8X8VHqanYGGVI-31" vertex="1">
          <mxGeometry y="89.57142857142857" width="557" height="41" as="geometry" />
        </mxCell>
-         <mxCell id="7zSDGvP8X8VHqanYGGVI-35" value="" style="whiteSpace=wrap;strokeWidth=2;" vertex="1" parent="1">
-           <mxGeometry x="946" y="1216" as="geometry" />
+         <mxCell id="7zSDGvP8X8VHqanYGGVI-35" value="" style="whiteSpace=wrap;strokeWidth=2;" parent="1" vertex="1">
+           <mxGeometry x="806" y="1046" as="geometry" />
        </mxCell>
-         <mxCell id="7zSDGvP8X8VHqanYGGVI-36" value="" style="whiteSpace=wrap;strokeWidth=2;" vertex="1" parent="1">
-           <mxGeometry x="988" y="1434" as="geometry" />
-         </mxCell>
-         <mxCell id="7zSDGvP8X8VHqanYGGVI-37" value="implements" style="curved=1;dashed=1;startArrow=block;startSize=16;startFill=0;endArrow=none;exitX=0.5;exitY=1;entryX=0.5;entryY=0;rounded=0;" edge="1" parent="1" source="7zSDGvP8X8VHqanYGGVI-2" target="7zSDGvP8X8VHqanYGGVI-8">
+         <mxCell id="7zSDGvP8X8VHqanYGGVI-37" value="implements" style="curved=1;dashed=1;startArrow=block;startSize=16;startFill=0;endArrow=none;exitX=0.5;exitY=1;entryX=0.5;entryY=0;rounded=0;" parent="1" source="7zSDGvP8X8VHqanYGGVI-2" target="7zSDGvP8X8VHqanYGGVI-8" edge="1">
          <mxGeometry relative="1" as="geometry">
            <Array as="points" />
          </mxGeometry>
        </mxCell>
-         <mxCell id="7zSDGvP8X8VHqanYGGVI-38" value="" style="curved=1;startArrow=none;endArrow=none;exitX=0.69;exitY=1;entryX=-Infinity;entryY=-Infinity;rounded=0;" edge="1" parent="1" source="7zSDGvP8X8VHqanYGGVI-8" target="7zSDGvP8X8VHqanYGGVI-35">
+         <mxCell id="7zSDGvP8X8VHqanYGGVI-38" value="" style="curved=1;startArrow=none;endArrow=none;exitX=0.69;exitY=1;rounded=0;" parent="1" source="7zSDGvP8X8VHqanYGGVI-8" edge="1">
          <mxGeometry relative="1" as="geometry">
            <Array as="points">
-               <mxPoint x="946" y="1035" />
+               <mxPoint x="790" y="870" />
+             </Array>
+             <mxPoint x="800" y="990" as="targetPoint" />
+           </mxGeometry>
+         </mxCell>
+         <mxCell id="7zSDGvP8X8VHqanYGGVI-39" value="1" style="edgeLabel;resizable=0;labelBackgroundColor=none;fontSize=12;align=right;verticalAlign=top;" parent="7zSDGvP8X8VHqanYGGVI-38" vertex="1">
+           <mxGeometry x="-1" relative="1" as="geometry" />
+         </mxCell>
+         <mxCell id="7zSDGvP8X8VHqanYGGVI-41" value="singleton instance" style="curved=0;startArrow=none;endArrow=none;entryX=0;entryY=0;rounded=0;entryDx=0;entryDy=0;" parent="1" edge="1">
+           <mxGeometry x="0.2206" y="-19" relative="1" as="geometry">
+             <Array as="points">
+               <mxPoint x="806" y="1010" />
+               <mxPoint x="830" y="1030" />
+             </Array>
+             <mxPoint x="800" y="990" as="sourcePoint" />
+             <mxPoint x="870" y="1040" as="targetPoint" />
+             <mxPoint as="offset" />
+           </mxGeometry>
+         </mxCell>
+         <mxCell id="7zSDGvP8X8VHqanYGGVI-44" value="" style="curved=0;startArrow=none;endArrow=diamondThin;endSize=14;endFill=0;entryX=0.85;entryY=1;rounded=0;" parent="1" target="7zSDGvP8X8VHqanYGGVI-8" edge="1">
+           <mxGeometry relative="1" as="geometry">
+             <Array as="points">
+               <mxPoint x="940" y="990" />
+               <mxPoint x="920" y="890" />
+               <mxPoint x="891" y="865" />
+             </Array>
+             <mxPoint x="870" y="1040" as="sourcePoint" />
+           </mxGeometry>
+         </mxCell>
+         <mxCell id="7zSDGvP8X8VHqanYGGVI-46" value="1" style="edgeLabel;resizable=0;labelBackgroundColor=none;fontSize=12;align=left;verticalAlign=top;" parent="7zSDGvP8X8VHqanYGGVI-44" vertex="1">
+           <mxGeometry x="1" relative="1" as="geometry" />
+         </mxCell>
+         <mxCell id="7zSDGvP8X8VHqanYGGVI-47" value="uses" style="curved=0;dashed=1;startArrow=none;endArrow=open;endSize=12;exitX=0;exitY=0.9;entryX=0.5;entryY=0;rounded=0;" parent="1" source="7zSDGvP8X8VHqanYGGVI-8" target="7zSDGvP8X8VHqanYGGVI-18" edge="1">
+           <mxGeometry relative="1" as="geometry">
+             <Array as="points">
+               <mxPoint x="380" y="500" />
            </Array>
          </mxGeometry>
        </mxCell>
-         <mxCell id="7zSDGvP8X8VHqanYGGVI-39" value="1" style="edgeLabel;resizable=0;labelBackgroundColor=none;fontSize=12;align=right;verticalAlign=top;" vertex="1" parent="7zSDGvP8X8VHqanYGGVI-38">
-           <mxGeometry x="-1" relative="1" as="geometry" />
-         </mxCell>
-         <mxCell id="7zSDGvP8X8VHqanYGGVI-40" value="1" style="edgeLabel;resizable=0;labelBackgroundColor=none;fontSize=12;align=left;verticalAlign=bottom;" vertex="1" parent="7zSDGvP8X8VHqanYGGVI-38">
-           <mxGeometry x="1" relative="1" as="geometry" />
-         </mxCell>
-         <mxCell id="7zSDGvP8X8VHqanYGGVI-41" value="singleton instance" style="curved=1;startArrow=none;endArrow=none;exitX=-Infinity;exitY=Infinity;entryX=Infinity;entryY=Infinity;rounded=0;" edge="1" parent="1" source="7zSDGvP8X8VHqanYGGVI-35" target="7zSDGvP8X8VHqanYGGVI-36">
+         <mxCell id="7zSDGvP8X8VHqanYGGVI-48" value="creates" style="curved=1;dashed=1;startArrow=none;endArrow=open;endSize=12;exitX=0.22;exitY=1;entryX=0.5;entryY=0;rounded=0;" parent="1" source="7zSDGvP8X8VHqanYGGVI-8" target="7zSDGvP8X8VHqanYGGVI-27" edge="1">
          <mxGeometry relative="1" as="geometry">
            <Array as="points">
-               <mxPoint x="946" y="1397" />
+               <mxPoint x="546" y="865" />
            </Array>
          </mxGeometry>
        </mxCell>
-         <mxCell id="7zSDGvP8X8VHqanYGGVI-42" value="1" style="edgeLabel;resizable=0;labelBackgroundColor=none;fontSize=12;align=left;verticalAlign=top;" vertex="1" parent="7zSDGvP8X8VHqanYGGVI-41">
-           <mxGeometry x="-1" relative="1" as="geometry" />
-         </mxCell>
-         <mxCell id="7zSDGvP8X8VHqanYGGVI-43" value="1" style="edgeLabel;resizable=0;labelBackgroundColor=none;fontSize=12;align=right;verticalAlign=bottom;" vertex="1" parent="7zSDGvP8X8VHqanYGGVI-41">
-           <mxGeometry x="1" relative="1" as="geometry" />
-         </mxCell>
-         <mxCell id="7zSDGvP8X8VHqanYGGVI-44" value="" style="curved=1;startArrow=none;endArrow=diamondThin;endSize=14;endFill=0;exitX=Infinity;exitY=Infinity;entryX=0.85;entryY=1;rounded=0;" edge="1" parent="1" source="7zSDGvP8X8VHqanYGGVI-36" target="7zSDGvP8X8VHqanYGGVI-8">
-           <mxGeometry relative="1" as="geometry">
-             <Array as="points">
-               <mxPoint x="1031" y="1397" />
-               <mxPoint x="1031" y="1035" />
-             </Array>
-           </mxGeometry>
-         </mxCell>
-         <mxCell id="7zSDGvP8X8VHqanYGGVI-45" value="1" style="edgeLabel;resizable=0;labelBackgroundColor=none;fontSize=12;align=right;verticalAlign=bottom;" vertex="1" parent="7zSDGvP8X8VHqanYGGVI-44">
-           <mxGeometry x="-1" relative="1" as="geometry" />
-         </mxCell>
-         <mxCell id="7zSDGvP8X8VHqanYGGVI-46" value="1" style="edgeLabel;resizable=0;labelBackgroundColor=none;fontSize=12;align=left;verticalAlign=top;" vertex="1" parent="7zSDGvP8X8VHqanYGGVI-44">
-           <mxGeometry x="1" relative="1" as="geometry" />
-         </mxCell>
-         <mxCell id="7zSDGvP8X8VHqanYGGVI-47" value="uses" style="curved=1;dashed=1;startArrow=none;endArrow=open;endSize=12;exitX=0;exitY=0.9;entryX=0.5;entryY=0;rounded=0;" edge="1" parent="1" source="7zSDGvP8X8VHqanYGGVI-8" target="7zSDGvP8X8VHqanYGGVI-18">
-           <mxGeometry relative="1" as="geometry">
-             <Array as="points">
-               <mxPoint x="498" y="1035" />
-             </Array>
-           </mxGeometry>
-         </mxCell>
-         <mxCell id="7zSDGvP8X8VHqanYGGVI-48" value="creates" style="curved=1;dashed=1;startArrow=none;endArrow=open;endSize=12;exitX=0.22;exitY=1;entryX=0.5;entryY=0;rounded=0;" edge="1" parent="1" source="7zSDGvP8X8VHqanYGGVI-8" target="7zSDGvP8X8VHqanYGGVI-27">
-           <mxGeometry relative="1" as="geometry">
-             <Array as="points">
-               <mxPoint x="686" y="1035" />
-             </Array>
-           </mxGeometry>
-         </mxCell>
-         <mxCell id="7zSDGvP8X8VHqanYGGVI-49" value="creates" style="curved=1;dashed=1;startArrow=none;endArrow=open;endSize=12;exitX=0.5;exitY=1;entryX=0.5;entryY=0;rounded=0;" edge="1" parent="1" source="7zSDGvP8X8VHqanYGGVI-8" target="7zSDGvP8X8VHqanYGGVI-29">
+         <mxCell id="7zSDGvP8X8VHqanYGGVI-49" value="creates" style="curved=1;dashed=1;startArrow=none;endArrow=open;endSize=12;exitX=0.5;exitY=1;entryX=0.5;entryY=0;rounded=0;" parent="1" source="7zSDGvP8X8VHqanYGGVI-8" target="7zSDGvP8X8VHqanYGGVI-29" edge="1">
          <mxGeometry relative="1" as="geometry">
            <Array as="points" />
          </mxGeometry>
        </mxCell>
-         <mxCell id="7zSDGvP8X8VHqanYGGVI-50" value="depends on" style="curved=1;startArrow=none;endArrow=open;endSize=12;exitX=0.5;exitY=1;entryX=0.5;entryY=0;rounded=0;" edge="1" parent="1" source="7zSDGvP8X8VHqanYGGVI-31" target="7zSDGvP8X8VHqanYGGVI-2">
+         <mxCell id="7zSDGvP8X8VHqanYGGVI-50" value="depends on" style="curved=1;startArrow=none;endArrow=open;endSize=12;exitX=0.5;exitY=1;entryX=0.5;entryY=0;rounded=0;" parent="1" source="7zSDGvP8X8VHqanYGGVI-31" target="7zSDGvP8X8VHqanYGGVI-2" edge="1">
          <mxGeometry relative="1" as="geometry">
            <Array as="points" />
          </mxGeometry>
        </mxCell>
      </root>
    </mxGraphModel>
  </diagram>
</mxfile>
